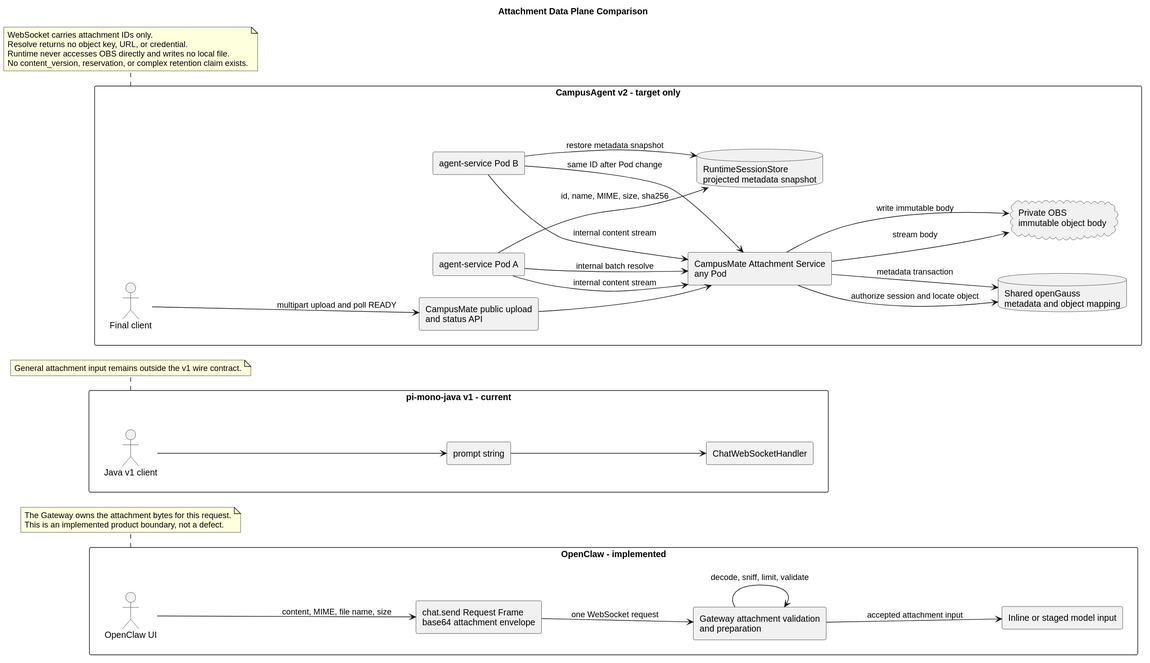
Earlier version of the PlantUML export openclaw-campusagent-websocket-comparison/attachment_data_plane_comparison.svg (superheromeZzh/pi-mono-java-design).
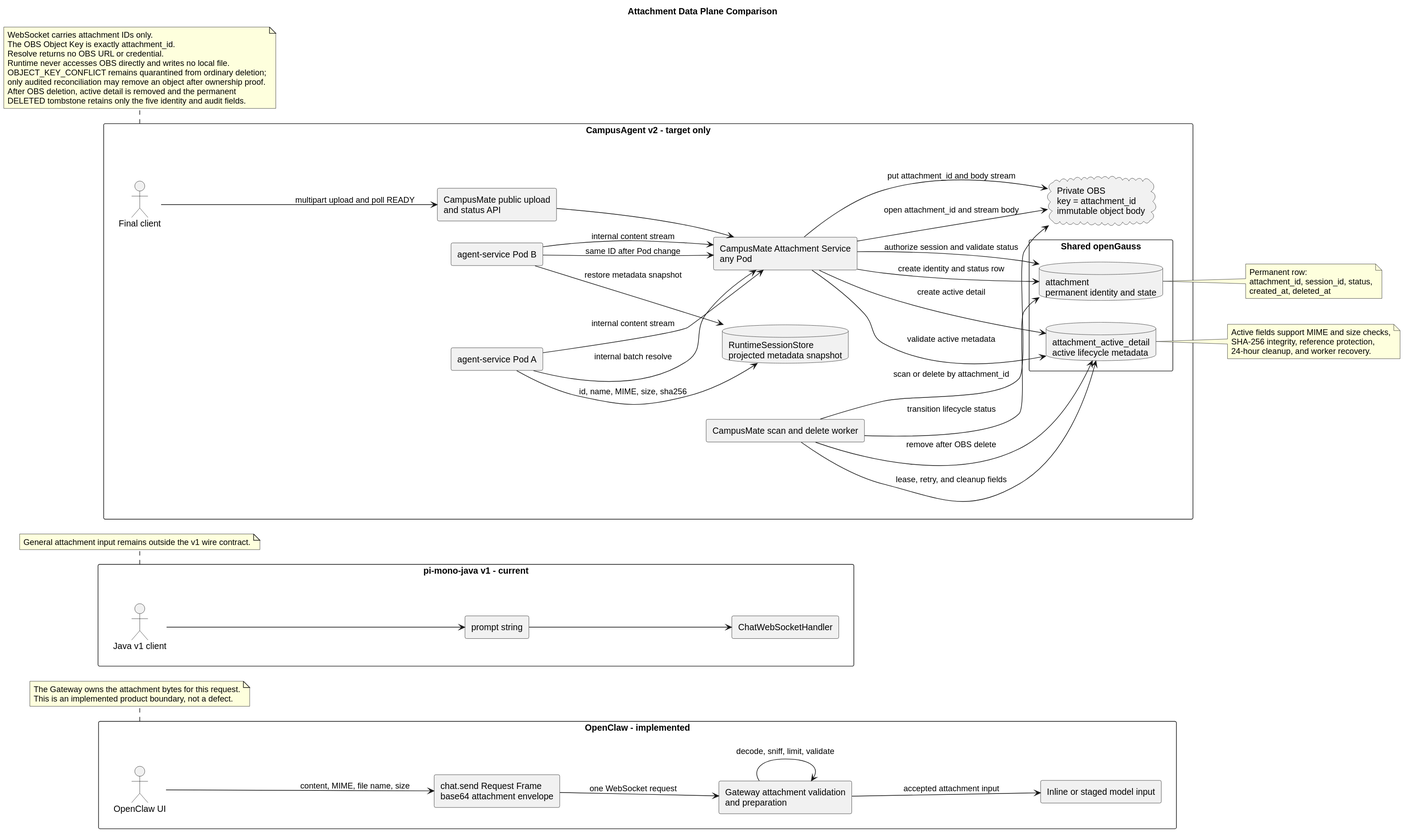
The same diagram one commit later.

What changed in the source:
```diff
@@ -34,25 +34,47 @@
   actor "Final client" as CampusClient
   component "CampusMate public upload\nand status API" as PublicUpload
   component "CampusMate Attachment Service\nany Pod" as AttachmentService
-  database "Shared openGauss\nmetadata and object mapping" as AttachmentDb
-  cloud "Private OBS\nimmutable object body" as AttachmentObs
+  package "Shared openGauss" as AttachmentDatabase {
+    database "attachment\npermanent identity and state" as AttachmentDb
+    database "attachment_active_detail\nactive lifecycle metadata" as AttachmentDetail
+  }
+  cloud "Private OBS\nkey = attachment_id\nimmutable object body" as AttachmentObs
+  component "CampusMate scan and delete worker" as AttachmentWorker
   component "agent-service Pod A" as AgentPodA
   component "agent-service Pod B" as AgentPodB
   database "RuntimeSessionStore\nprojected metadata snapshot" as RuntimeStore
 
   CampusClient --> PublicUpload : multipart upload and poll READY
   PublicUpload --> AttachmentService
-  AttachmentService --> AttachmentDb : metadata transaction
-  AttachmentService --> AttachmentObs : write immutable body
+  AttachmentService --> AttachmentDb : create identity and status row
+  AttachmentService --> AttachmentDetail : create active detail
+  AttachmentService --> AttachmentObs : put attachment_id and body stream
+  AttachmentWorker --> AttachmentDetail : lease, retry, and cleanup fields
+  AttachmentWorker --> AttachmentObs : scan or delete by attachment_id
+  AttachmentWorker --> AttachmentDb : transition lifecycle status
+  AttachmentWorker --> AttachmentDetail : remove after OBS delete
   AgentPodA --> AttachmentService : internal batch resolve
   AgentPodB --> AttachmentService : same ID after Pod change
   AgentPodA --> AttachmentService : internal content stream
   AgentPodB --> AttachmentService : internal content stream
-  AttachmentService --> AttachmentDb : authorize session and locate object
-  AttachmentService --> AttachmentObs : stream body
+  AttachmentService --> AttachmentDb : authorize session and validate status
+  AttachmentService --> AttachmentDetail : validate active metadata
+  AttachmentService --> AttachmentObs : open attachment_id and stream body
   AgentPodA --> RuntimeStore : id, name, MIME, size, sha256
   AgentPodB --> RuntimeStore : restore metadata snapshot
 }
+
+note right of AttachmentDb
+  Permanent row:
+  attachment_id, session_id, status,
+  created_at, deleted_at
+end note
+
+note right of AttachmentDetail
+  Active fields support MIME and size checks,
+  SHA-256 integrity, reference protection,
+  24-hour cleanup, and worker recovery.
+end note
 
 note bottom of OpenClawAttachment
   The Gateway owns the attachment bytes for this request.
@@ -65,8 +87,12 @@
 
 note bottom of CampusAttachment
   WebSocket carries attachment IDs only.
-  Resolve returns no object key, URL, or credential.
+  The OBS Object Key is exactly attachment_id.
+  Resolve returns no OBS URL or credential.
   Runtime never accesses OBS directly and writes no local file.
-  No content_version, reservation, or complex retention claim exists.
+  OBJECT_KEY_CONFLICT remains quarantined from ordinary deletion;
+  only audited reconciliation may remove an object after ownership proof.
+  After OBS deletion, active detail is removed and the permanent
+  DELETED tombstone retains only the five identity and audit fields.
 end note
 @enduml
```
